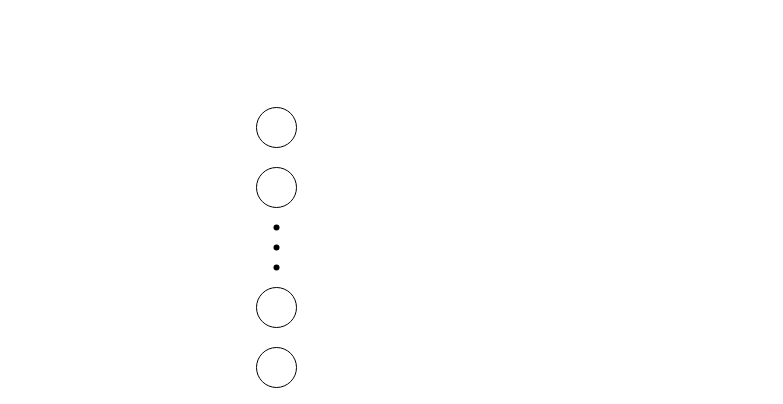
Lopez-504/Prime-Proyect keeps this draw.io diagram as Diagrama sin título.drawio. Above is the earlier version. Source tidied: cells renumbered, new cells numbered last; positions are measured from the earlier drawing's top-left corner, leaving out a move shared by most shapes. Both pictures are drawn from the tidied source at 100%, with x=0, y=0 at pixel (256, 107).
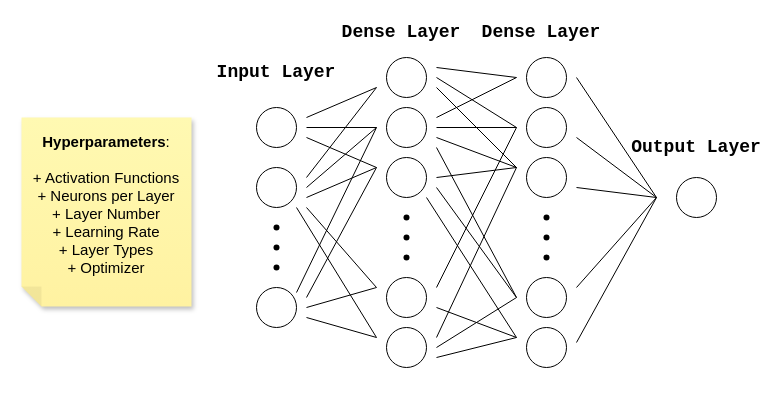
After the change.

Diff of the diagram source:
```diff
@@
-    <mxCell id="2" style="ellipse;whiteSpace=wrap;html=1;" parent="1" vertex="1">
+    <mxCell id="2" style="ellipse;whiteSpace=wrap;html=1;labelBackgroundColor=none;" parent="1" vertex="1">
       <mxGeometry width="40" height="40" as="geometry" />
     </mxCell>
-    <mxCell id="3" style="ellipse;whiteSpace=wrap;html=1;" parent="1" vertex="1">
+    <mxCell id="3" style="ellipse;whiteSpace=wrap;html=1;labelBackgroundColor=none;" parent="1" vertex="1">
       <mxGeometry y="60" width="40" height="40" as="geometry" />
     </mxCell>
-    <mxCell id="4" style="ellipse;whiteSpace=wrap;html=1;" parent="1" vertex="1">
-      <mxGeometry y="180" width="40" height="40" as="geometry" />
-    </mxCell>
-    <mxCell id="5" style="ellipse;whiteSpace=wrap;html=1;" parent="1" vertex="1">
-      <mxGeometry y="240" width="40" height="40" as="geometry" />
+    <mxCell id="5" style="ellipse;whiteSpace=wrap;html=1;labelBackgroundColor=none;" parent="1" vertex="1">
+      <mxGeometry y="180" width="40" height="40" as="geometry" />
     </mxCell>
-    <mxCell id="6" style="shape=waypoint;sketch=0;fillStyle=solid;size=6;fillColor=none;perimeter=centerPerimeter;" parent="1" vertex="1">
+    <mxCell id="6" style="shape=waypoint;fillStyle=solid;size=6;fillColor=none;perimeter=centerPerimeter;labelBackgroundColor=none;" parent="1" vertex="1">
       <mxGeometry x="10" y="110" width="20" height="20" as="geometry" />
     </mxCell>
-    <mxCell id="7" style="shape=waypoint;sketch=0;fillStyle=solid;size=6;fillColor=none;perimeter=centerPerimeter;" parent="1" vertex="1">
+    <mxCell id="7" style="shape=waypoint;fillStyle=solid;size=6;fillColor=none;perimeter=centerPerimeter;labelBackgroundColor=none;" parent="1" vertex="1">
       <mxGeometry x="10" y="130" width="20" height="20" as="geometry" />
     </mxCell>
-    <mxCell id="8" style="shape=waypoint;sketch=0;fillStyle=solid;size=6;fillColor=none;perimeter=centerPerimeter;" parent="1" vertex="1">
+    <mxCell id="8" style="shape=waypoint;fillStyle=solid;size=6;fillColor=none;perimeter=centerPerimeter;labelBackgroundColor=none;" parent="1" vertex="1">
       <mxGeometry x="10" y="150" width="20" height="20" as="geometry" />
     </mxCell>
+    <mxCell id="9" value="Input Layer" style="text;strokeColor=none;align=center;fillColor=none;html=1;verticalAlign=middle;whiteSpace=wrap;rounded=0;strokeWidth=1;fontSize=18;fontStyle=1;fontFamily=Courier New;labelBackgroundColor=none;" parent="1" vertex="1">
+      <mxGeometry x="-55" y="-50" width="150" height="30" as="geometry" />
+    </mxCell>
+    <mxCell id="10" style="ellipse;whiteSpace=wrap;html=1;labelBackgroundColor=none;" parent="1" vertex="1">
+      <mxGeometry x="130" y="-50" width="40" height="40" as="geometry" />
+    </mxCell>
+    <mxCell id="11" style="ellipse;whiteSpace=wrap;html=1;labelBackgroundColor=none;" parent="1" vertex="1">
+      <mxGeometry x="130" width="40" height="40" as="geometry" />
+    </mxCell>
+    <mxCell id="12" style="ellipse;whiteSpace=wrap;html=1;labelBackgroundColor=none;" parent="1" vertex="1">
+      <mxGeometry x="130" y="170" width="40" height="40" as="geometry" />
+    </mxCell>
+    <mxCell id="13" style="ellipse;whiteSpace=wrap;html=1;labelBackgroundColor=none;" parent="1" vertex="1">
+      <mxGeometry x="130" y="220" width="40" height="40" as="geometry" />
+    </mxCell>
+    <mxCell id="14" style="shape=waypoint;fillStyle=solid;size=6;fillColor=none;perimeter=centerPerimeter;labelBackgroundColor=none;" parent="1" vertex="1">
+      <mxGeometry x="140" y="100" width="20" height="20" as="geometry" />
+    </mxCell>
+    <mxCell id="15" style="shape=waypoint;fillStyle=solid;size=6;fillColor=none;perimeter=centerPerimeter;labelBackgroundColor=none;" parent="1" vertex="1">
+      <mxGeometry x="140" y="120" width="20" height="20" as="geometry" />
+    </mxCell>
+    <mxCell id="16" style="shape=waypoint;fillStyle=solid;size=6;fillColor=none;perimeter=centerPerimeter;labelBackgroundColor=none;" parent="1" vertex="1">
+      <mxGeometry x="140" y="140" width="20" height="20" as="geometry" />
+    </mxCell>
+    <mxCell id="17" style="ellipse;whiteSpace=wrap;html=1;labelBackgroundColor=none;" parent="1" vertex="1">
+      <mxGeometry x="130" y="50" width="40" height="40" as="geometry" />
+    </mxCell>
+    <mxCell id="18" value="Dense Layer" style="text;strokeColor=none;align=center;fillColor=none;html=1;verticalAlign=middle;whiteSpace=wrap;rounded=0;strokeWidth=1;fontSize=18;fontStyle=1;fontFamily=Courier New;labelBackgroundColor=none;" parent="1" vertex="1">
+      <mxGeometry x="70" y="-90" width="150" height="30" as="geometry" />
+    </mxCell>
+    <mxCell id="19" style="endArrow=none;html=1;rounded=0;labelBackgroundColor=none;fontColor=default;" parent="1" edge="1">
+      <mxGeometry relative="1" as="geometry">
+        <mxPoint x="50" y="10" as="sourcePoint" />
+        <mxPoint x="120" y="-20" as="targetPoint" />
+      </mxGeometry>
+    </mxCell>
+    <mxCell id="20" style="endArrow=none;html=1;rounded=0;labelBackgroundColor=none;fontColor=default;" parent="1" edge="1">
+      <mxGeometry relative="1" as="geometry">
+        <mxPoint x="50" y="20" as="sourcePoint" />
+        <mxPoint x="120" y="20" as="targetPoint" />
+      </mxGeometry>
+    </mxCell>
+    <mxCell id="21" style="endArrow=none;html=1;rounded=0;labelBackgroundColor=none;fontColor=default;" parent="1" edge="1">
+      <mxGeometry relative="1" as="geometry">
+        <mxPoint x="50" y="30" as="sourcePoint" />
+        <mxPoint x="120" y="60" as="targetPoint" />
+      </mxGeometry>
+    </mxCell>
+    <mxCell id="22" style="endArrow=none;html=1;rounded=0;labelBackgroundColor=none;fontColor=default;" parent="1" edge="1">
+      <mxGeometry relative="1" as="geometry">
+        <mxPoint x="50" y="70" as="sourcePoint" />
+        <mxPoint x="120" y="-20" as="targetPoint" />
+      </mxGeometry>
+    </mxCell>
+    <mxCell id="23" style="endArrow=none;html=1;rounded=0;labelBackgroundColor=none;fontColor=default;" parent="1" edge="1">
+      <mxGeometry relative="1" as="geometry">
+        <mxPoint x="50" y="80" as="sourcePoint" />
+        <mxPoint x="120" y="20" as="targetPoint" />
+      </mxGeometry>
+    </mxCell>
+    <mxCell id="24" style="endArrow=none;html=1;rounded=0;labelBackgroundColor=none;fontColor=default;" parent="1" edge="1">
+      <mxGeometry relative="1" as="geometry">
+        <mxPoint x="50" y="90" as="sourcePoint" />
+        <mxPoint x="120" y="60" as="targetPoint" />
+      </mxGeometry>
+    </mxCell>
+    <mxCell id="25" style="endArrow=none;html=1;rounded=0;labelBackgroundColor=none;fontColor=default;" parent="1" edge="1">
+      <mxGeometry relative="1" as="geometry">
+        <mxPoint x="50" y="100" as="sourcePoint" />
+        <mxPoint x="120" y="180" as="targetPoint" />
+      </mxGeometry>
+    </mxCell>
+    <mxCell id="26" style="endArrow=none;html=1;rounded=0;labelBackgroundColor=none;fontColor=default;" parent="1" edge="1">
+      <mxGeometry relative="1" as="geometry">
+        <mxPoint x="50" y="200" as="sourcePoint" />
+        <mxPoint x="120" y="180" as="targetPoint" />
+      </mxGeometry>
+    </mxCell>
+    <mxCell id="27" style="endArrow=none;html=1;rounded=0;labelBackgroundColor=none;fontColor=default;" parent="1" edge="1">
+      <mxGeometry relative="1" as="geometry">
+        <mxPoint x="50" y="210" as="sourcePoint" />
+        <mxPoint x="120" y="230" as="targetPoint" />
+      </mxGeometry>
+    </mxCell>
+    <mxCell id="28" style="endArrow=none;html=1;rounded=0;labelBackgroundColor=none;fontColor=default;" parent="1" edge="1">
+      <mxGeometry relative="1" as="geometry">
+        <mxPoint x="50" y="190" as="sourcePoint" />
+        <mxPoint x="120" y="60" as="targetPoint" />
+      </mxGeometry>
+    </mxCell>
+    <mxCell id="29" style="endArrow=none;html=1;rounded=0;labelBackgroundColor=none;fontColor=default;" parent="1" edge="1">
+      <mxGeometry relative="1" as="geometry">
+        <mxPoint x="40" y="100" as="sourcePoint" />
+        <mxPoint x="120" y="230" as="targetPoint" />
+      </mxGeometry>
+    </mxCell>
+    <mxCell id="30" style="endArrow=none;html=1;rounded=0;labelBackgroundColor=none;fontColor=default;" parent="1" edge="1">
+      <mxGeometry relative="1" as="geometry">
+        <mxPoint x="40" y="185" as="sourcePoint" />
+        <mxPoint x="120" y="20" as="targetPoint" />
+      </mxGeometry>
+    </mxCell>
+    <mxCell id="31" style="ellipse;whiteSpace=wrap;html=1;labelBackgroundColor=none;" parent="1" vertex="1">
+      <mxGeometry x="270" y="-50" width="40" height="40" as="geometry" />
+    </mxCell>
+    <mxCell id="32" style="ellipse;whiteSpace=wrap;html=1;labelBackgroundColor=none;" parent="1" vertex="1">
+      <mxGeometry x="270" width="40" height="40" as="geometry" />
+    </mxCell>
+    <mxCell id="33" style="ellipse;whiteSpace=wrap;html=1;labelBackgroundColor=none;" parent="1" vertex="1">
+      <mxGeometry x="270" y="170" width="40" height="40" as="geometry" />
+    </mxCell>
+    <mxCell id="34" style="ellipse;whiteSpace=wrap;html=1;labelBackgroundColor=none;" parent="1" vertex="1">
+      <mxGeometry x="270" y="220" width="40" height="40" as="geometry" />
+    </mxCell>
+    <mxCell id="35" style="shape=waypoint;fillStyle=solid;size=6;fillColor=none;perimeter=centerPerimeter;labelBackgroundColor=none;" parent="1" vertex="1">
+      <mxGeometry x="280" y="100" width="20" height="20" as="geometry" />
+    </mxCell>
+    <mxCell id="36" style="shape=waypoint;fillStyle=solid;size=6;fillColor=none;perimeter=centerPerimeter;labelBackgroundColor=none;" parent="1" vertex="1">
+      <mxGeometry x="280" y="120" width="20" height="20" as="geometry" />
+    </mxCell>
+    <mxCell id="37" style="shape=waypoint;fillStyle=solid;size=6;fillColor=none;perimeter=centerPerimeter;labelBackgroundColor=none;" parent="1" vertex="1">
+      <mxGeometry x="280" y="140" width="20" height="20" as="geometry" />
+    </mxCell>
+    <mxCell id="38" style="ellipse;whiteSpace=wrap;html=1;labelBackgroundColor=none;" parent="1" vertex="1">
+      <mxGeometry x="270" y="50" width="40" height="40" as="geometry" />
+    </mxCell>
+    <mxCell id="39" value="Dense Layer" style="text;strokeColor=none;align=center;fillColor=none;html=1;verticalAlign=middle;whiteSpace=wrap;rounded=0;strokeWidth=1;fontSize=18;fontStyle=1;fontFamily=Courier New;labelBackgroundColor=none;" parent="1" vertex="1">
+      <mxGeometry x="210" y="-90" width="150" height="30" as="geometry" />
+    </mxCell>
+    <mxCell id="40" style="endArrow=none;html=1;rounded=0;labelBackgroundColor=none;fontColor=default;" parent="1" edge="1">
+      <mxGeometry relative="1" as="geometry">
+        <mxPoint x="180" y="-40" as="sourcePoint" />
+        <mxPoint x="260" y="-30" as="targetPoint" />
+      </mxGeometry>
+    </mxCell>
+    <mxCell id="41" style="endArrow=none;html=1;rounded=0;labelBackgroundColor=none;fontColor=default;" parent="1" edge="1">
+      <mxGeometry relative="1" as="geometry">
+        <mxPoint x="180" y="-30" as="sourcePoint" />
+        <mxPoint x="260" y="20" as="targetPoint" />
+      </mxGeometry>
+    </mxCell>
+    <mxCell id="42" style="endArrow=none;html=1;rounded=0;labelBackgroundColor=none;fontColor=default;" parent="1" edge="1">
+      <mxGeometry relative="1" as="geometry">
+        <mxPoint x="180" y="10" as="sourcePoint" />
+        <mxPoint x="260" y="-30" as="targetPoint" />
+      </mxGeometry>
+    </mxCell>
+    <mxCell id="43" style="endArrow=none;html=1;rounded=0;labelBackgroundColor=none;fontColor=default;" parent="1" edge="1">
+      <mxGeometry relative="1" as="geometry">
+        <mxPoint x="180" y="20" as="sourcePoint" />
+        <mxPoint x="260" y="20" as="targetPoint" />
+      </mxGeometry>
+    </mxCell>
+    <mxCell id="44" style="endArrow=none;html=1;rounded=0;labelBackgroundColor=none;fontColor=default;" parent="1" edge="1">
+      <mxGeometry relative="1" as="geometry">
+        <mxPoint x="180" y="-20" as="sourcePoint" />
+        <mxPoint x="260" y="60" as="targetPoint" />
+      </mxGeometry>
+    </mxCell>
+    <mxCell id="45" style="endArrow=none;html=1;rounded=0;labelBackgroundColor=none;fontColor=default;" parent="1" edge="1">
+      <mxGeometry relative="1" as="geometry">
+        <mxPoint x="180" y="40" as="sourcePoint" />
+        <mxPoint x="260" y="190" as="targetPoint" />
+      </mxGeometry>
+    </mxCell>
+    <mxCell id="46" style="endArrow=none;html=1;rounded=0;labelBackgroundColor=none;fontColor=default;" parent="1" edge="1">
+      <mxGeometry relative="1" as="geometry">
+        <mxPoint x="170" y="90" as="sourcePoint" />
+        <mxPoint x="260" y="230" as="targetPoint" />
+      </mxGeometry>
+    </mxCell>
+    <mxCell id="47" style="endArrow=none;html=1;rounded=0;labelBackgroundColor=none;fontColor=default;" parent="1" edge="1">
+      <mxGeometry relative="1" as="geometry">
+        <mxPoint x="180" y="30" as="sourcePoint" />
+        <mxPoint x="260" y="60" as="targetPoint" />
+      </mxGeometry>
+    </mxCell>
+    <mxCell id="48" style="ellipse;whiteSpace=wrap;html=1;labelBackgroundColor=none;" parent="1" vertex="1">
+      <mxGeometry x="420" y="70" width="40" height="40" as="geometry" />
+    </mxCell>
+    <mxCell id="49" style="endArrow=none;html=1;rounded=0;labelBackgroundColor=none;fontColor=default;" parent="1" edge="1">
+      <mxGeometry relative="1" as="geometry">
+        <mxPoint x="180" y="80" as="sourcePoint" />
+        <mxPoint x="260" y="190" as="targetPoint" />
+      </mxGeometry>
+    </mxCell>
+    <mxCell id="50" style="endArrow=none;html=1;rounded=0;labelBackgroundColor=none;fontColor=default;" parent="1" edge="1">
+      <mxGeometry relative="1" as="geometry">
+        <mxPoint x="180" y="200" as="sourcePoint" />
+        <mxPoint x="260" y="230" as="targetPoint" />
+      </mxGeometry>
+    </mxCell>
+    <mxCell id="51" style="endArrow=none;html=1;rounded=0;labelBackgroundColor=none;fontColor=default;" parent="1" edge="1">
+      <mxGeometry relative="1" as="geometry">
+        <mxPoint x="180" y="250" as="sourcePoint" />
+        <mxPoint x="260" y="230" as="targetPoint" />
+      </mxGeometry>
+    </mxCell>
+    <mxCell id="52" style="endArrow=none;html=1;rounded=0;labelBackgroundColor=none;fontColor=default;" parent="1" edge="1">
+      <mxGeometry relative="1" as="geometry">
+        <mxPoint x="180" y="240" as="sourcePoint" />
+        <mxPoint x="260" y="190" as="targetPoint" />
+      </mxGeometry>
+    </mxCell>
+    <mxCell id="53" style="endArrow=none;html=1;rounded=0;labelBackgroundColor=none;fontColor=default;" parent="1" edge="1">
+      <mxGeometry relative="1" as="geometry">
+        <mxPoint x="180" y="70" as="sourcePoint" />
+        <mxPoint x="260" y="60" as="targetPoint" />
+      </mxGeometry>
+    </mxCell>
+    <mxCell id="54" style="endArrow=none;html=1;rounded=0;labelBackgroundColor=none;fontColor=default;" parent="1" edge="1">
+      <mxGeometry relative="1" as="geometry">
+        <mxPoint x="180" y="180" as="sourcePoint" />
+        <mxPoint x="260" y="20" as="targetPoint" />
+      </mxGeometry>
+    </mxCell>
+    <mxCell id="55" style="endArrow=none;html=1;rounded=0;labelBackgroundColor=none;fontColor=default;" parent="1" edge="1">
+      <mxGeometry relative="1" as="geometry">
+        <mxPoint x="180" y="230" as="sourcePoint" />
+        <mxPoint x="260" y="60" as="targetPoint" />
+      </mxGeometry>
+    </mxCell>
+    <mxCell id="56" style="endArrow=none;html=1;rounded=0;labelBackgroundColor=none;fontColor=default;" parent="1" edge="1">
+      <mxGeometry relative="1" as="geometry">
+        <mxPoint x="320" y="235" as="sourcePoint" />
+        <mxPoint x="400" y="90" as="targetPoint" />
+      </mxGeometry>
+    </mxCell>
+    <mxCell id="57" style="endArrow=none;html=1;rounded=0;labelBackgroundColor=none;fontColor=default;" parent="1" edge="1">
+      <mxGeometry relative="1" as="geometry">
+        <mxPoint x="320" y="180" as="sourcePoint" />
+        <mxPoint x="400" y="90" as="targetPoint" />
+      </mxGeometry>
+    </mxCell>
+    <mxCell id="58" style="endArrow=none;html=1;rounded=0;labelBackgroundColor=none;fontColor=default;" parent="1" edge="1">
+      <mxGeometry relative="1" as="geometry">
+        <mxPoint x="320" y="80" as="sourcePoint" />
+        <mxPoint x="400" y="90" as="targetPoint" />
+      </mxGeometry>
+    </mxCell>
+    <mxCell id="59" style="endArrow=none;html=1;rounded=0;labelBackgroundColor=none;fontColor=default;" parent="1" edge="1">
+      <mxGeometry relative="1" as="geometry">
+        <mxPoint x="400" y="90" as="sourcePoint" />
+        <mxPoint x="320" y="-30" as="targetPoint" />
+      </mxGeometry>
+    </mxCell>
+    <mxCell id="60" style="endArrow=none;html=1;rounded=0;labelBackgroundColor=none;fontColor=default;" parent="1" edge="1">
+      <mxGeometry relative="1" as="geometry">
+        <mxPoint x="320" y="30" as="sourcePoint" />
+        <mxPoint x="400" y="90" as="targetPoint" />
+      </mxGeometry>
+    </mxCell>
+    <mxCell id="61" value="Output Layer" style="text;strokeColor=none;align=center;fillColor=none;html=1;verticalAlign=middle;whiteSpace=wrap;rounded=0;strokeWidth=1;fontSize=18;fontStyle=1;fontFamily=Courier New;labelBackgroundColor=none;" parent="1" vertex="1">
+      <mxGeometry x="370" y="30" width="140" height="20" as="geometry" />
+    </mxCell>
+    <mxCell id="62" value="&lt;div style=&quot;font-size: 15px;&quot;&gt;&lt;font style=&quot;font-size: 15px;&quot;&gt;&lt;b style=&quot;&quot;&gt;Hyperparameters&lt;/b&gt;:&lt;/font&gt;&lt;/div&gt;&lt;div style=&quot;font-size: 15px;&quot;&gt;&lt;font style=&quot;font-size: 15px;&quot;&gt;&lt;br&gt;&lt;/font&gt;&lt;/div&gt;&lt;font style=&quot;font-size: 15px;&quot;&gt;+ Activation Functions&lt;/font&gt;&lt;div style=&quot;font-size: 15px;&quot;&gt;&lt;font style=&quot;font-size: 15px;&quot;&gt;+ Neurons per Layer&lt;/font&gt;&lt;/div&gt;&lt;div style=&quot;font-size: 15px;&quot;&gt;&lt;font style=&quot;font-size: 15px;&quot;&gt;+ Layer Number&lt;br&gt;&lt;/font&gt;&lt;div style=&quot;&quot;&gt;&lt;font style=&quot;font-size: 15px;&quot;&gt;+ Learning Rate&lt;/font&gt;&lt;/div&gt;&lt;div style=&quot;&quot;&gt;&lt;font style=&quot;font-size: 15px;&quot;&gt;+ Layer Types&lt;/font&gt;&lt;/div&gt;&lt;div style=&quot;&quot;&gt;&lt;font style=&quot;font-size: 15px;&quot;&gt;+ Optimizer&lt;/font&gt;&lt;/div&gt;&lt;div style=&quot;font-size: 13px;&quot;&gt;&lt;br&gt;&lt;/div&gt;&lt;/div&gt;" style="shape=note;whiteSpace=wrap;html=1;backgroundOutline=1;fontColor=#000000;darkOpacity=0.05;fillColor=#FFF9B2;strokeColor=none;fillStyle=solid;direction=west;gradientDirection=north;gradientColor=#FFF2A1;shadow=1;size=20;" parent="1" vertex="1">
+      <mxGeometry x="-235" y="10" width="170" height="189" as="geometry" />
+    </mxCell>
```
